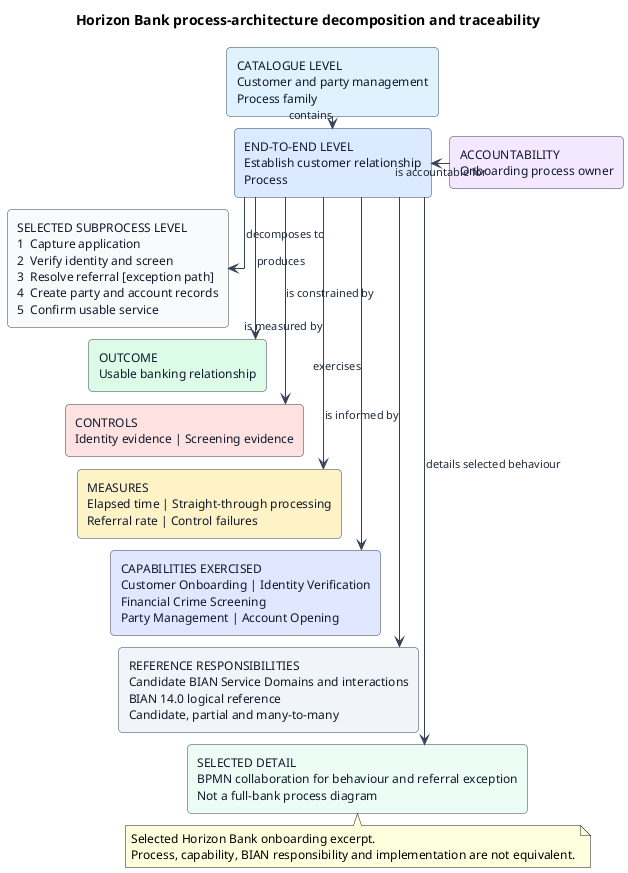
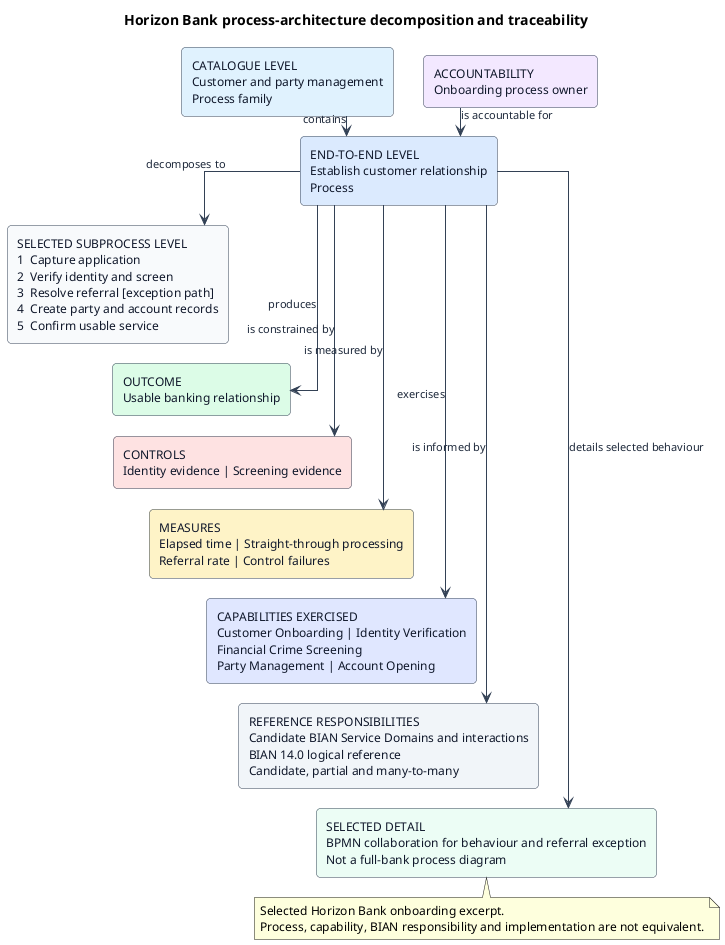
@startuml
title Horizon Bank process-architecture decomposition and traceability

skinparam backgroundColor #FFFFFF
skinparam defaultFontName Arial
skinparam defaultFontSize 12
skinparam shadowing false
- skinparam ranksep 12
- skinparam nodesep 18
+ skinparam ranksep 20
+ skinparam nodesep 30
skinparam linetype ortho
skinparam ArrowColor #334155
skinparam ArrowFontColor #1E293B
skinparam ArrowFontSize 11
skinparam rectangle {
  BackgroundColor #F8FAFC
  BorderColor #334155
  FontColor #0F172A
  RoundCorner 8
}

rectangle "CATALOGUE LEVEL\nCustomer and party management\nProcess family" as FAMILY #E0F2FE
rectangle "END-TO-END LEVEL\nEstablish customer relationship\nProcess" as PROCESS #DBEAFE
rectangle "SELECTED SUBPROCESS LEVEL\n1  Capture application\n2  Verify identity and screen\n3  Resolve referral [exception path]\n4  Create party and account records\n5  Confirm usable service" as DECOMP #F8FAFC

rectangle "ACCOUNTABILITY\nOnboarding process owner" as OWNER #F3E8FF
rectangle "OUTCOME\nUsable banking relationship" as OUTCOME #DCFCE7
rectangle "CONTROLS\nIdentity evidence | Screening evidence" as CONTROLS #FEE2E2
rectangle "MEASURES\nElapsed time | Straight-through processing\nReferral rate | Control failures" as MEASURES #FEF3C7
rectangle "CAPABILITIES EXERCISED\nCustomer Onboarding | Identity Verification\nFinancial Crime Screening\nParty Management | Account Opening" as CAPS #E0E7FF
rectangle "REFERENCE RESPONSIBILITIES\nCandidate BIAN Service Domains and interactions\nBIAN 14.0 logical reference\nCandidate, partial and many-to-many" as BIAN #F1F5F9
rectangle "SELECTED DETAIL\nBPMN collaboration for behaviour and referral exception\nNot a full-bank process diagram" as BPMN #ECFDF5

FAMILY -down-> PROCESS : contains
- OWNER -left----> PROCESS : is accountable for
+ OWNER -down-> PROCESS : is accountable for
PROCESS -down-> DECOMP : decomposes to
DECOMP -[hidden]down- OUTCOME
OUTCOME -[hidden]down- CONTROLS
CONTROLS -[hidden]down- MEASURES
MEASURES -[hidden]down- CAPS
CAPS -[hidden]down- BIAN
BIAN -[hidden]down- BPMN

PROCESS -down-> OUTCOME : produces
PROCESS -down-> CONTROLS : is constrained by
PROCESS -down-> MEASURES : is measured by
PROCESS -down-> CAPS : exercises
PROCESS -down-> BIAN : is informed by
PROCESS -down-> BPMN : details selected behaviour

note bottom
  Selected Horizon Bank onboarding excerpt.
  Process, capability, BIAN responsibility and implementation are not equivalent.
end note
@enduml
